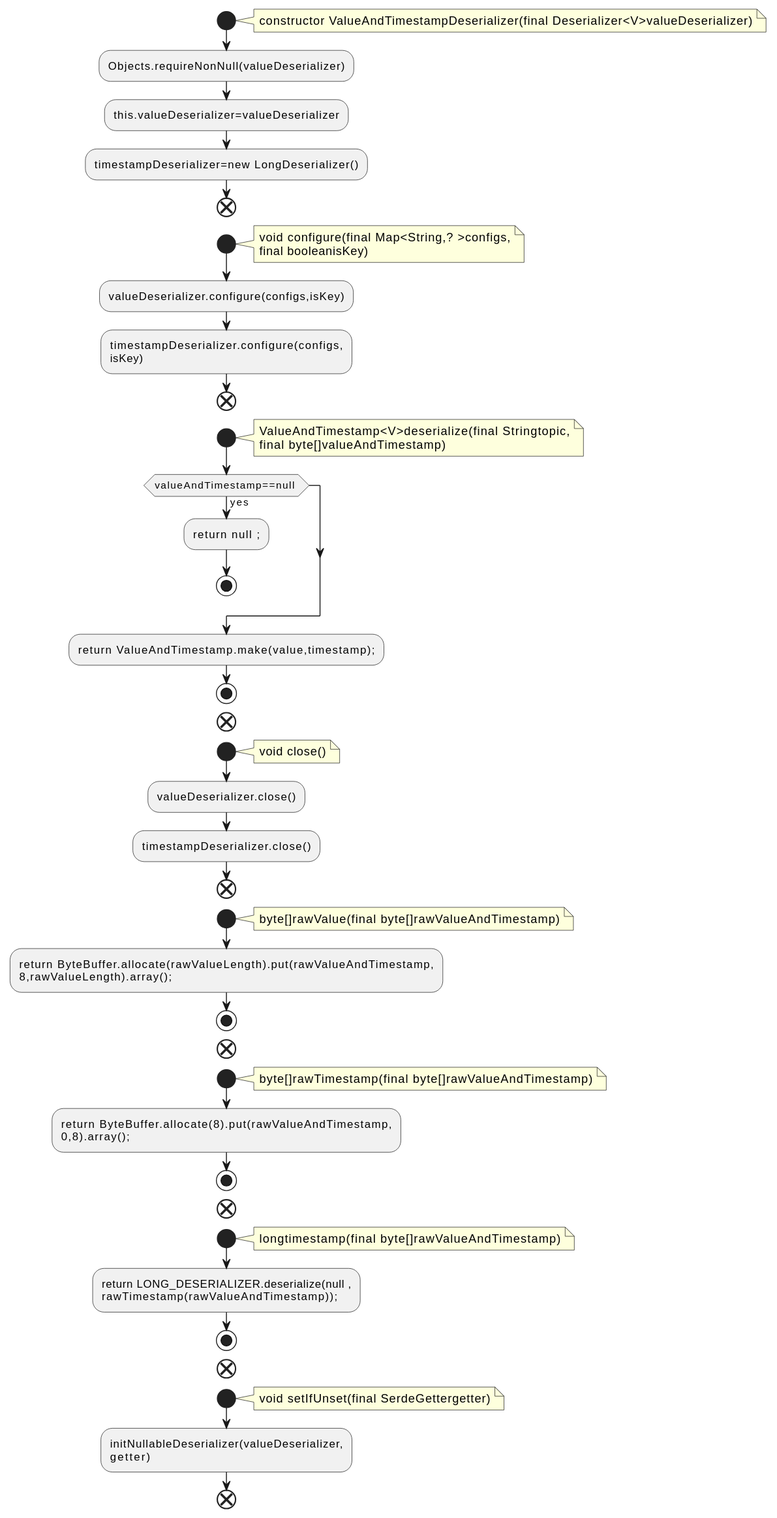
The PlantUML diagram docs/qc/streams/src/main/java/org/apache/kafka/streams/state/internals/ValueAndTimestampDeserializer.java.fct.svg in qualitesys/kafka, before a commit.
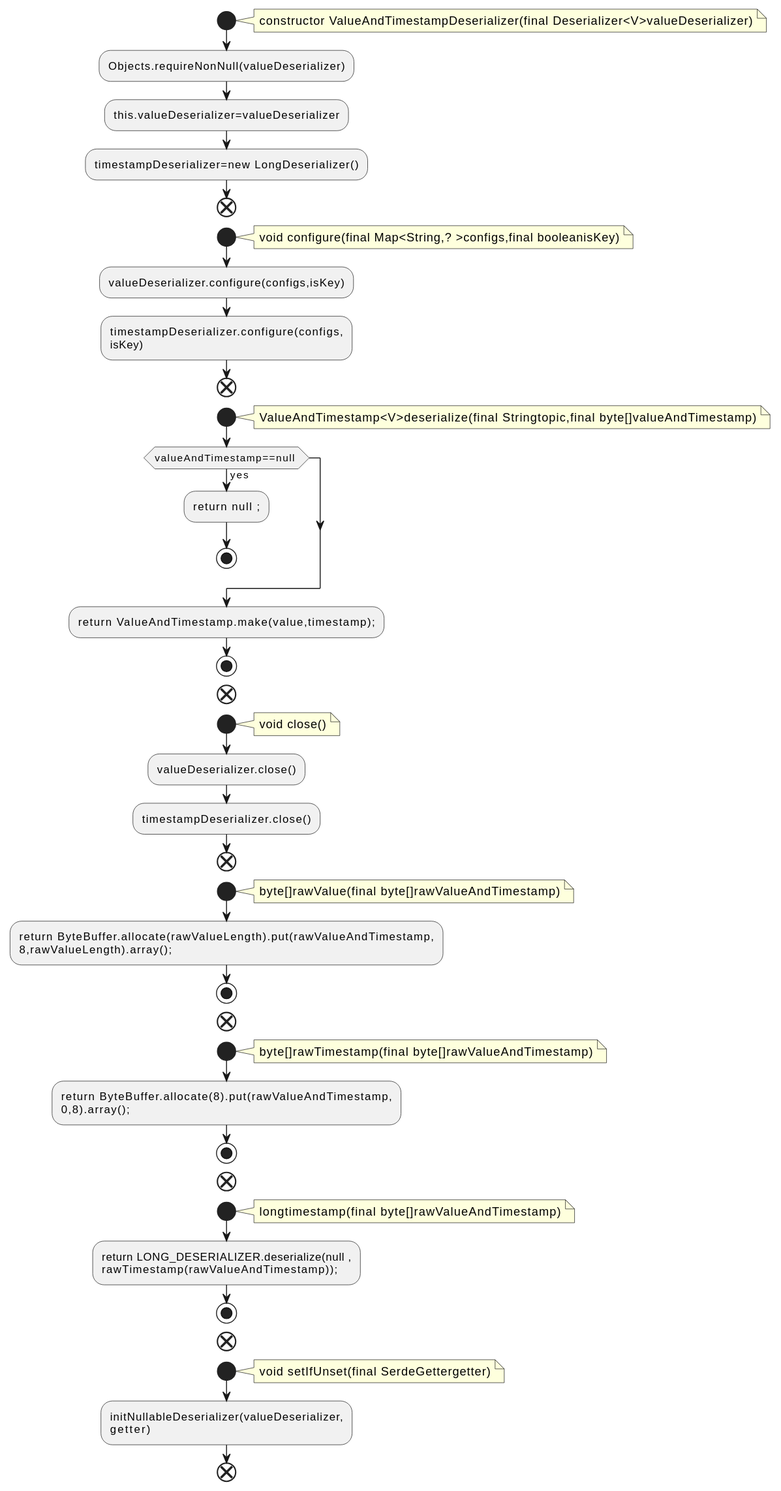
After the commit.

The edit, as a diff of the source:
```diff
@@ -10,8 +10,7 @@
 end
 start
 note right
-void configure(final Map<String,? >configs,
-final booleanisKey)
+void configure(final Map<String,? >configs,final booleanisKey)
 end note
 :valueDeserializer.configure(configs,isKey);
 :timestampDeserializer.configure(configs,
@@ -19,8 +18,7 @@
 end
 start
 note right
-ValueAndTimestamp<V>deserialize(final Stringtopic,
-final byte[]valueAndTimestamp)
+ValueAndTimestamp<V>deserialize(final Stringtopic,final byte[]valueAndTimestamp)
 end note
 if (valueAndTimestamp==null ) then (yes)
 :return null ;;
```
